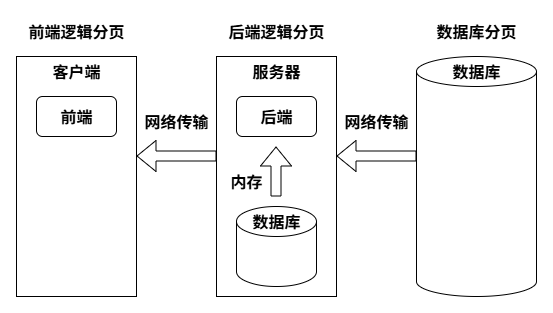
Above: docs/post/img/Rowbounds.png in fireworks99/SSMDocs (draw.io), before the change. Source tidied: cells renumbered, new cells last; positions are measured from the earlier drawing's top-left corner, leaving out a move shared by most shapes.
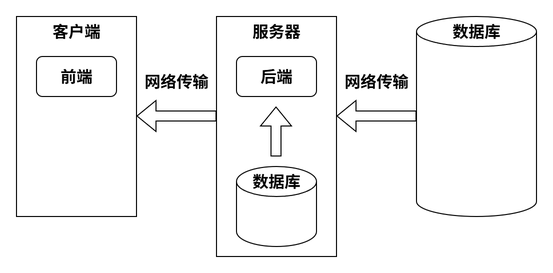
After the change.

Change to the diagram source:
```diff
@@ -3,7 +3,7 @@
     <mxCell id="0" />
     <mxCell id="1" parent="0" />
     <mxCell id="2" style="rounded=0;whiteSpace=wrap;html=1;" parent="1" vertex="1">
-      <mxGeometry y="40" width="120" height="240" as="geometry" />
+      <mxGeometry y="40" width="120" height="200" as="geometry" />
     </mxCell>
     <mxCell id="3" value="&lt;font style=&quot;font-size: 16px;&quot;&gt;&lt;b&gt;客户端&lt;/b&gt;&lt;/font&gt;" style="text;html=1;align=center;verticalAlign=middle;whiteSpace=wrap;rounded=0;" parent="1" vertex="1">
       <mxGeometry x="30" y="40" width="60" height="30" as="geometry" />
@@ -15,7 +15,7 @@
       <mxGeometry x="230" y="40" width="60" height="30" as="geometry" />
     </mxCell>
     <mxCell id="6" style="shape=cylinder3;whiteSpace=wrap;html=1;boundedLbl=1;backgroundOutline=1;size=15;" parent="1" vertex="1">
-      <mxGeometry x="400" y="40" width="120" height="240" as="geometry" />
+      <mxGeometry x="400" y="40" width="120" height="200" as="geometry" />
     </mxCell>
     <mxCell id="7" value="&lt;font style=&quot;font-size: 16px;&quot;&gt;&lt;b&gt;数据库&lt;/b&gt;&lt;/font&gt;" style="text;html=1;align=center;verticalAlign=middle;whiteSpace=wrap;rounded=0;" parent="1" vertex="1">
       <mxGeometry x="430" y="40" width="60" height="30" as="geometry" />
@@ -62,17 +62,5 @@
         <mxPoint x="259.5" y="130" as="targetPoint" />
       </mxGeometry>
     </mxCell>
-    <mxCell id="19" value="&lt;font style=&quot;font-size: 16px;&quot;&gt;&lt;b&gt;内存&lt;/b&gt;&lt;/font&gt;" style="text;html=1;align=center;verticalAlign=middle;whiteSpace=wrap;rounded=0;" parent="1" vertex="1">
-      <mxGeometry x="210" y="150" width="40" height="30" as="geometry" />
-    </mxCell>
-    <mxCell id="20" value="&lt;font style=&quot;font-size: 16px;&quot;&gt;&lt;b&gt;前端逻辑分页&lt;/b&gt;&lt;/font&gt;" style="text;html=1;align=center;verticalAlign=middle;whiteSpace=wrap;rounded=0;" parent="1" vertex="1">
-      <mxGeometry x="10" width="100" height="30" as="geometry" />
-    </mxCell>
-    <mxCell id="21" value="&lt;font style=&quot;font-size: 16px;&quot;&gt;&lt;b&gt;后端逻辑分页&lt;/b&gt;&lt;/font&gt;" style="text;html=1;align=center;verticalAlign=middle;whiteSpace=wrap;rounded=0;" parent="1" vertex="1">
-      <mxGeometry x="210" width="100" height="30" as="geometry" />
-    </mxCell>
-    <mxCell id="22" value="&lt;font style=&quot;font-size: 16px;&quot;&gt;&lt;b&gt;数据库分页&lt;/b&gt;&lt;/font&gt;" style="text;html=1;align=center;verticalAlign=middle;whiteSpace=wrap;rounded=0;" parent="1" vertex="1">
-      <mxGeometry x="410" width="100" height="30" as="geometry" />
-    </mxCell>
   </root>
 </mxGraphModel>
```
